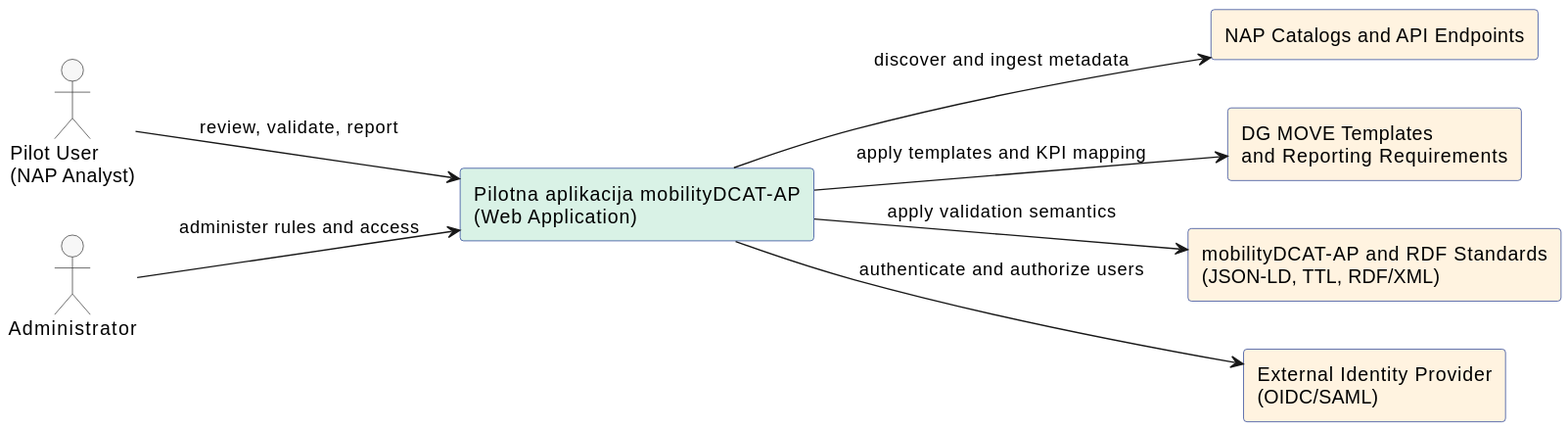
The PlantUML diagram docs/architecture/svg/system-context.svg in UM-KGPI/Napcore-ITS-Reporting, before a commit. Its diagram source:
```plantuml
@startuml
skinparam shadowing false
skinparam componentStyle rectangle
skinparam packageStyle rectangle
left to right direction

skinparam rectangle {
  BackgroundColor #eef5ff
  BorderColor #1f3a93
}
skinparam actor {
  BackgroundColor #f7f7f7
  BorderColor #333333
}

actor "Pilot User\n(NAP Analyst)" as U1
actor "Administrator" as U2

rectangle "Pilotna aplikacija mobilityDCAT-AP\n(Web Application)" as APP #d9f2e6

rectangle "NAP Catalogs and API Endpoints" as NAP #fff3e0
rectangle "DG MOVE Templates\nand Reporting Requirements" as DGMOVE #fff3e0
rectangle "mobilityDCAT-AP and RDF Standards\n(JSON-LD, TTL, RDF/XML)" as STD #fff3e0
rectangle "External Identity Provider\n(OIDC/SAML)" as IDP #fff3e0

U1 --> APP : review, validate, report
U2 --> APP : administer rules and access

APP --> NAP : discover and ingest metadata
APP --> DGMOVE : apply templates and KPI mapping
APP --> STD : apply validation semantics
APP --> IDP : authenticate and authorize users
@enduml
```
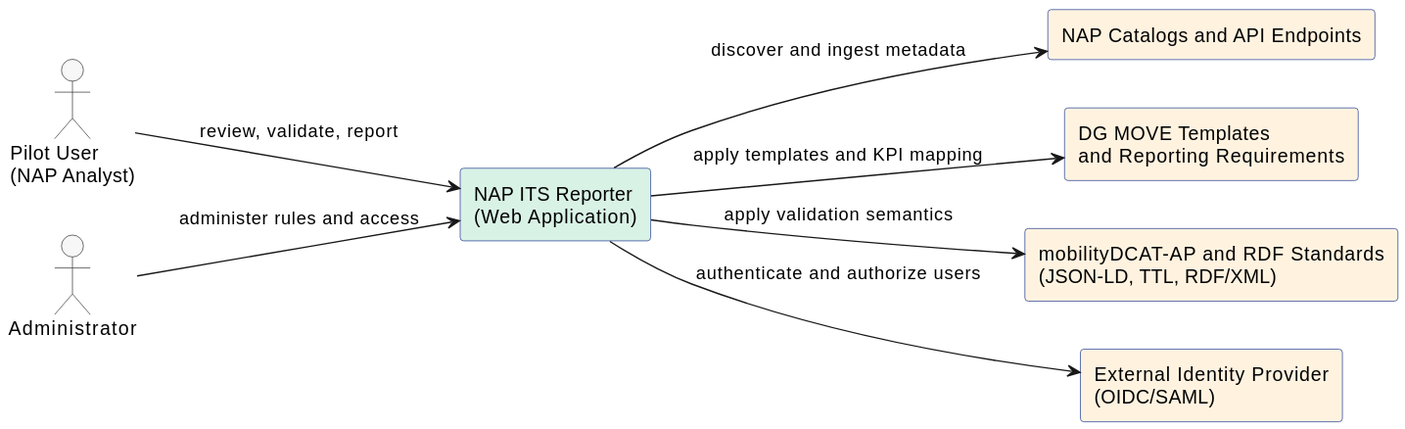
The same file after the commit.

Commit message:
Rename app to NAP ITS Reporter and switch diagram labels to English

What changed in the source:
```diff
@@ -16,7 +16,7 @@
 actor "Pilot User\n(NAP Analyst)" as U1
 actor "Administrator" as U2
 
-rectangle "Pilotna aplikacija mobilityDCAT-AP\n(Web Application)" as APP #d9f2e6
+rectangle "NAP ITS Reporter\n(Web Application)" as APP #d9f2e6
 
 rectangle "NAP Catalogs and API Endpoints" as NAP #fff3e0
 rectangle "DG MOVE Templates\nand Reporting Requirements" as DGMOVE #fff3e0
```
